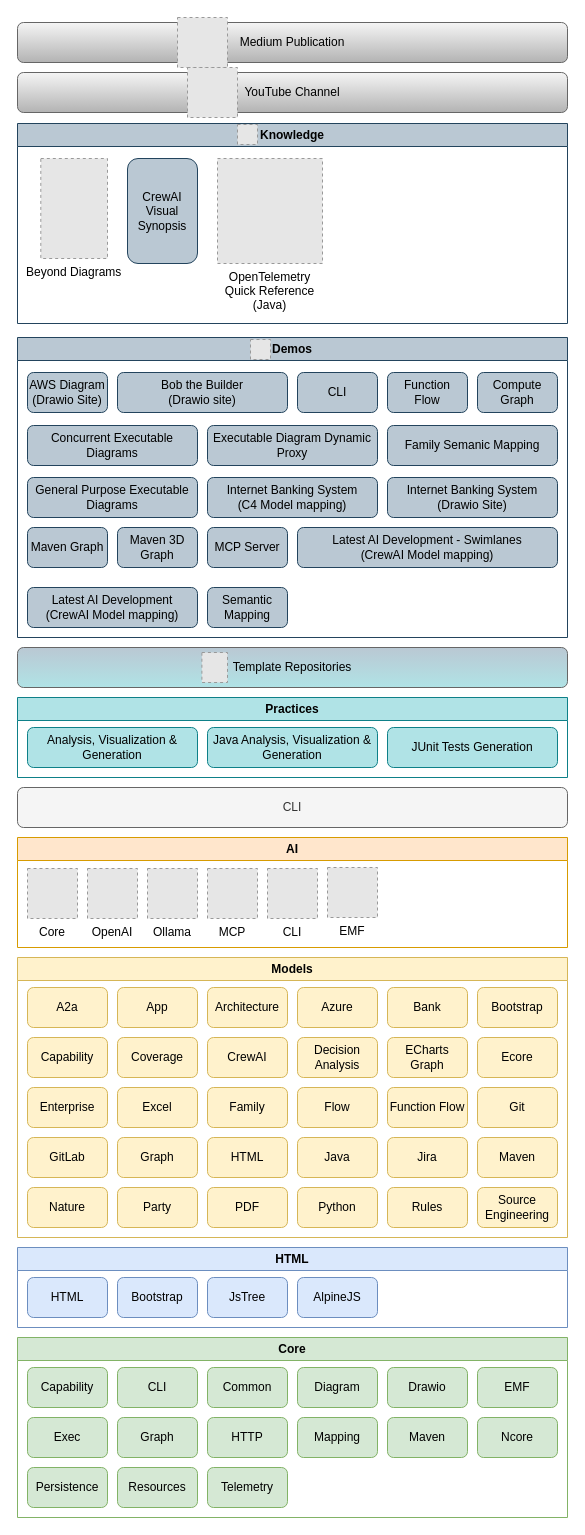
This is model/nasdanika.drawio from Nasdanika/nasdanika.github.io, a draw.io file, before an edit. Source tidied: cells renumbered, new cells numbered last; positions are measured from the earlier drawing's top-left corner, leaving out a move shared by most shapes. Both pictures are drawn from the tidied source at 100%, with x=0, y=0 at pixel (17, 17). Pictures stored in the file or linked from it are replaced by grey dashed boxes.
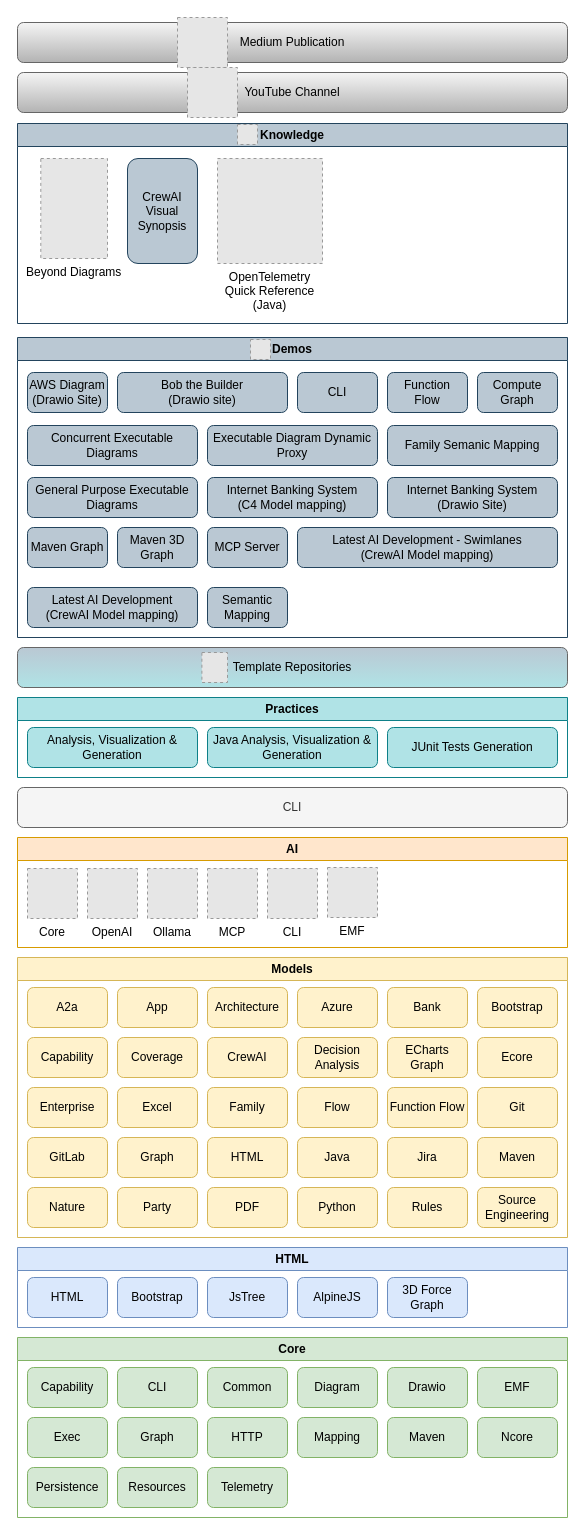
The same page after the edit.

The change refers to these unchanged cells:
```xml
<mxCell id="18" value="HTML" style="swimlane;whiteSpace=wrap;html=1;fillColor=#dae8fc;strokeColor=#6c8ebf;" parent="1" vertex="1">
  <mxGeometry y="1230" width="550" height="80" as="geometry" />
</mxCell>
```

The edit, as a diff of the source:
```diff
@@
+    <mxCell id="96" value="3D Force Graph" style="rounded=1;whiteSpace=wrap;html=1;fillColor=#dae8fc;strokeColor=#6c8ebf;" parent="18" vertex="1">
+      <mxGeometry x="370" y="30" width="80" height="40" as="geometry" />
+    </mxCell>
```
